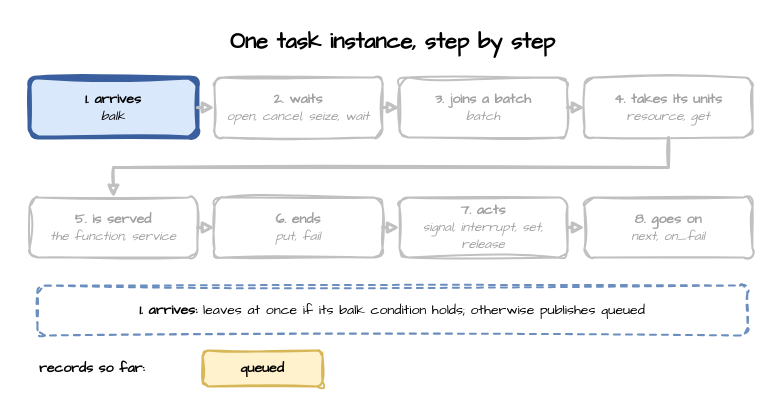
The draw.io diagram page "Step 1" (1 of 8) of docs/assets/diagrams/task-steps.drawio in jaehyeon-kim/desflow, before the edit. Source tidied: cells renumbered, new cells numbered last; positions are measured from the earlier drawing's top-left corner, leaving out a move shared by most shapes. Both pictures are drawn from the tidied source at 100%, with x=0, y=0 at pixel (17, 17).
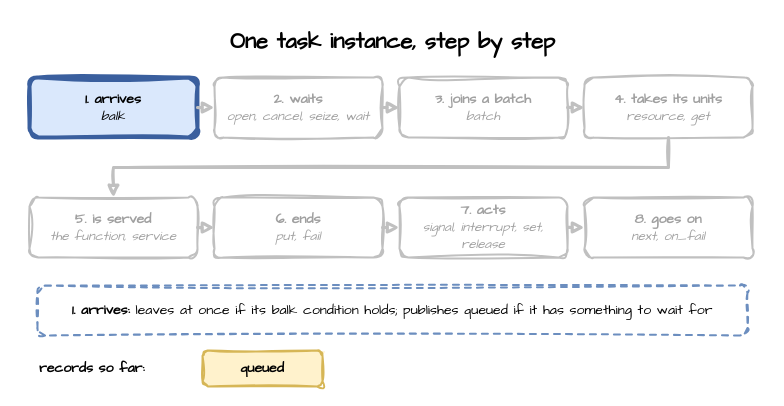
The same diagram, later.

Commit message (it also covers changes not shown here):
Name builder.context on How desflow Works, state when queued is published in the task steps GIF, and list the logger rename under Upgrading

What changed in the source:
```diff
@@
-    <mxCell id="19" value="&lt;b&gt;1. arrives:&lt;/b&gt; leaves at once if its balk condition holds; otherwise publishes queued" style="rounded=1;whiteSpace=wrap;html=1;sketch=1;curveFitting=1;jiggle=2;fontFamily=Comic Sans MS;fontSize=14;fillColor=none;dashed=1;strokeColor=#6c8ebf;strokeWidth=2;" parent="1" vertex="1">
+    <mxCell id="19" value="&lt;b&gt;1. arrives:&lt;/b&gt; leaves at once if its balk condition holds; publishes queued if it has something to wait for" style="rounded=1;whiteSpace=wrap;html=1;sketch=1;curveFitting=1;jiggle=2;fontFamily=Comic Sans MS;fontSize=14;fillColor=none;dashed=1;strokeColor=#6c8ebf;strokeWidth=2;" parent="1" vertex="1">
       <mxGeometry x="20" y="268" width="710" height="50" as="geometry" />
     </mxCell>
```
